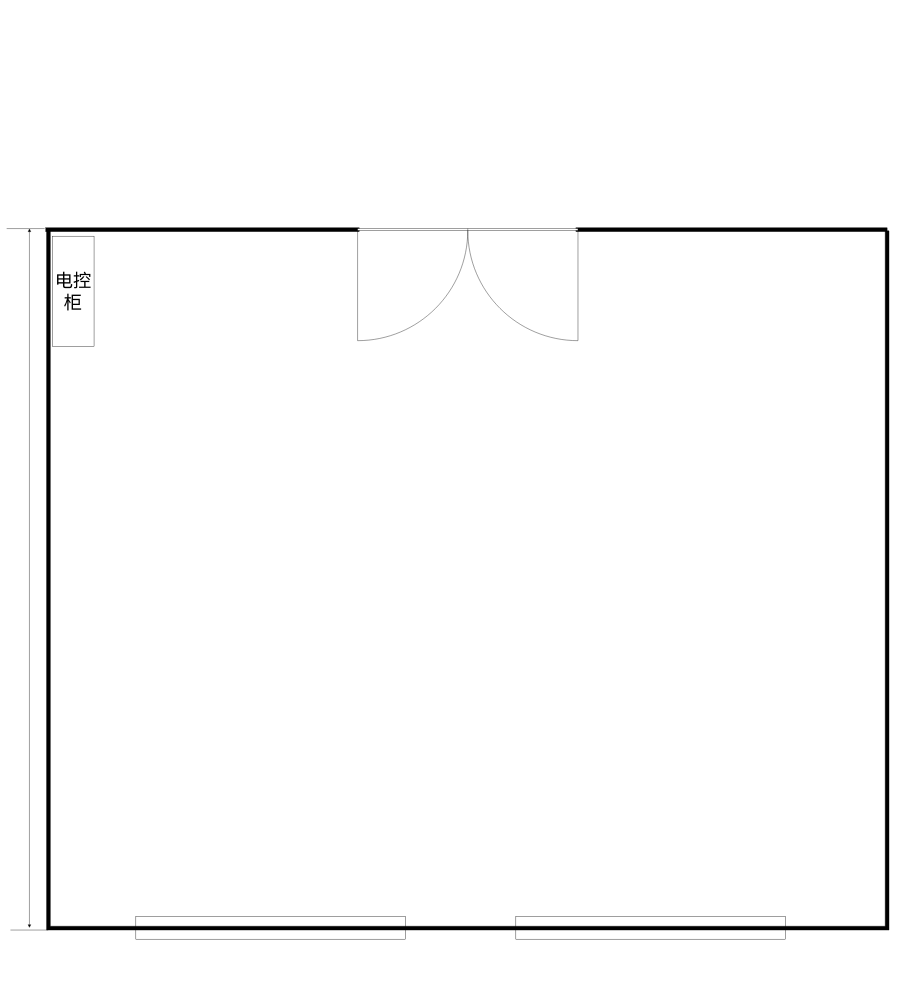
Earlier version of the draw.io diagram 实验室2.drawio (qubo188612/Visio). Source tidied: cells renumbered, new cells numbered last; positions are measured from the earlier drawing's top-left corner, leaving out a move shared by most shapes. Both pictures are drawn from the tidied source at 38%, with x=0, y=0 at pixel (6, 73).
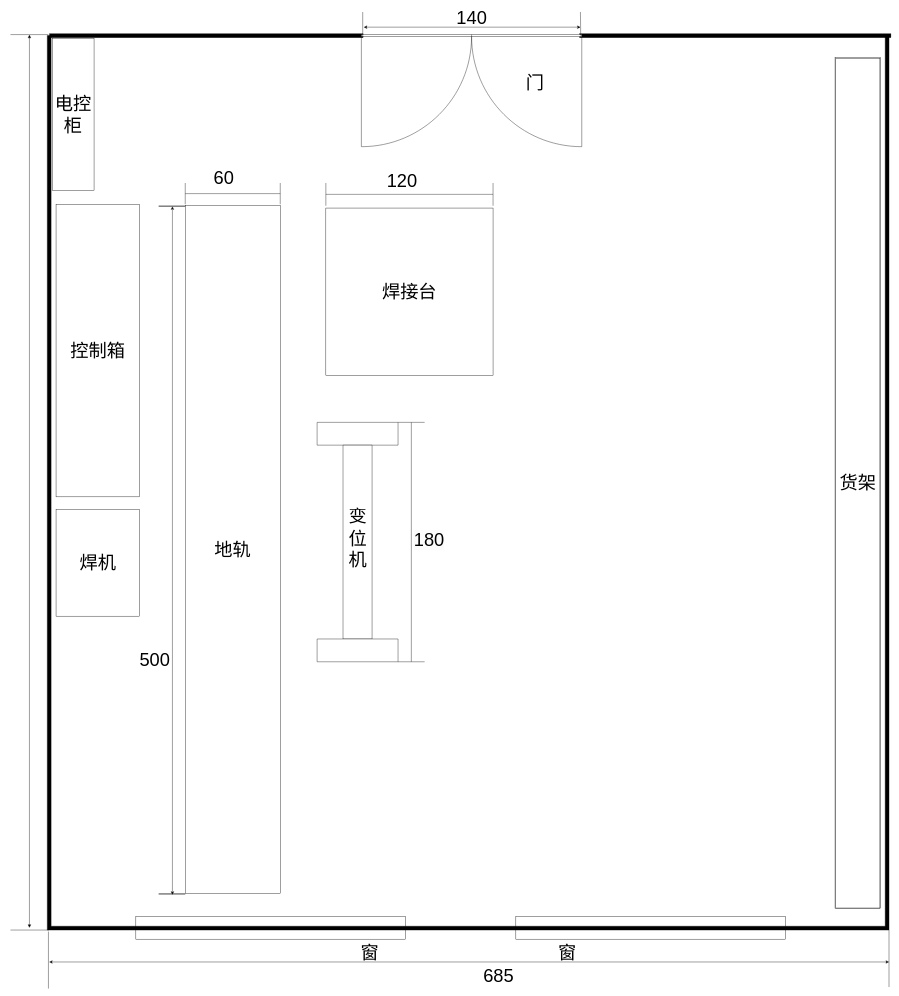
The same diagram, later.

Commit message (it also covers changes not shown here):
更新实验室2.drawio

The edit, as a diff of the source:
```diff
@@
     <mxCell id="4" style="verticalLabelPosition=bottom;html=1;verticalAlign=top;align=center;strokeWidth=1;shape=mxgraph.floorplan.wallU;fillColor=#000000;rounded=0;shadow=0;comic=0;fontFamily=Verdana;fontSize=12;rotation=-180;" parent="1" vertex="1">
-      <mxGeometry x="105" y="416" width="2217" height="1840" as="geometry" />
+      <mxGeometry x="107" y="-98" width="2215" height="2354" as="geometry" />
     </mxCell>
     <mxCell id="5" style="verticalLabelPosition=bottom;html=1;verticalAlign=top;align=center;strokeWidth=1;shape=mxgraph.floorplan.wall;fillColor=#000000;direction=south;rounded=0;shadow=0;comic=0;fontFamily=Verdana;fontSize=12;rotation=90;" parent="1" vertex="1">
-      <mxGeometry x="510.5" y="0.5" width="10" height="825" as="geometry" />
+      <mxGeometry x="520.5" y="-510" width="10" height="825" as="geometry" />
     </mxCell>
     <mxCell id="6" style="verticalLabelPosition=bottom;html=1;verticalAlign=top;align=center;strokeWidth=1;shape=mxgraph.floorplan.wall;fillColor=#000000;direction=south;rounded=0;shadow=0;comic=0;fontFamily=Verdana;fontSize=12;rotation=90;" parent="1" vertex="1">
-      <mxGeometry x="1902.5" y="3.5" width="10" height="819" as="geometry" />
+      <mxGeometry x="1912.5" y="-507" width="10" height="819" as="geometry" />
     </mxCell>
     <mxCell id="7" style="verticalLabelPosition=bottom;html=1;verticalAlign=top;align=center;strokeWidth=1;shape=mxgraph.floorplan.doorDouble;rounded=0;shadow=0;comic=0;fontFamily=Verdana;fontSize=12;rotation=0;" parent="1" vertex="1">
-      <mxGeometry x="923.5" y="410" width="580" height="70" as="geometry" />
+      <mxGeometry x="933.5" y="-100.5" width="580" height="70" as="geometry" />
     </mxCell>
     <mxCell id="8" value="&lt;font style=&quot;font-size: 48px;&quot;&gt;电控柜&lt;/font&gt;" style="rounded=0;whiteSpace=wrap;html=1;rotation=0;" parent="1" vertex="1">
-      <mxGeometry x="120" y="430" width="110" height="290" as="geometry" />
+      <mxGeometry x="120" y="-90" width="110" height="400" as="geometry" />
     </mxCell>
     <mxCell id="9" style="endArrow=block;startArrow=block;endFill=1;startFill=1;html=1;rounded=0;" parent="1" edge="1">
       <mxGeometry relative="1" as="geometry">
-        <mxPoint x="60" y="410" as="sourcePoint" />
+        <mxPoint x="60" y="-100" as="sourcePoint" />
         <mxPoint x="60" y="2250" as="targetPoint" />
       </mxGeometry>
     </mxCell>
     <mxCell id="10" style="endArrow=none;html=1;rounded=0;" parent="1" edge="1">
       <mxGeometry relative="1" as="geometry">
-        <mxPoint y="410" as="sourcePoint" />
-        <mxPoint x="100" y="410" as="targetPoint" />
+        <mxPoint x="10" y="-100.5" as="sourcePoint" />
+        <mxPoint x="110" y="-100.5" as="targetPoint" />
       </mxGeometry>
     </mxCell>
@@
+    <mxCell id="12" style="endArrow=classic;startArrow=classic;html=1;rounded=0;" parent="1" edge="1">
+      <mxGeometry relative="1" as="geometry">
+        <mxPoint x="112" y="2340" as="sourcePoint" />
+        <mxPoint x="2322" y="2340" as="targetPoint" />
+      </mxGeometry>
+    </mxCell>
+    <mxCell id="13" style="endArrow=none;html=1;rounded=0;" parent="1" edge="1">
+      <mxGeometry relative="1" as="geometry">
+        <mxPoint x="110" y="2410" as="sourcePoint" />
+        <mxPoint x="110" y="2260" as="targetPoint" />
+      </mxGeometry>
+    </mxCell>
+    <mxCell id="14" style="endArrow=none;html=1;rounded=0;" parent="1" edge="1">
+      <mxGeometry relative="1" as="geometry">
+        <mxPoint x="2322" y="2406" as="sourcePoint" />
+        <mxPoint x="2322" y="2256" as="targetPoint" />
+      </mxGeometry>
+    </mxCell>
+    <mxCell id="15" value="&lt;font style=&quot;font-size: 48px;&quot;&gt;685&lt;/font&gt;" style="text;html=1;strokeColor=none;fillColor=none;align=center;verticalAlign=middle;whiteSpace=wrap;rounded=0;" parent="1" vertex="1">
+      <mxGeometry x="1260" y="2360" width="69" height="30" as="geometry" />
+    </mxCell>
+    <mxCell id="16" value="&lt;font style=&quot;font-size: 48px;&quot;&gt;地轨&lt;/font&gt;" style="rounded=0;whiteSpace=wrap;html=1;" parent="1" vertex="1">
+      <mxGeometry x="470" y="350" width="250" height="1810" as="geometry" />
+    </mxCell>
+    <mxCell id="17" style="endArrow=none;html=1;rounded=0;exitX=0.006;exitY=0.101;exitDx=0;exitDy=0;exitPerimeter=0;" parent="1" edge="1" source="7">
+      <mxGeometry relative="1" as="geometry">
+        <mxPoint x="937" y="-160" as="targetPoint" />
+      </mxGeometry>
+    </mxCell>
+    <mxCell id="18" style="endArrow=none;html=1;rounded=0;exitX=0.995;exitY=0.04;exitDx=0;exitDy=0;exitPerimeter=0;" parent="1" edge="1" source="7">
+      <mxGeometry relative="1" as="geometry">
+        <mxPoint x="1510" y="-160" as="targetPoint" />
+      </mxGeometry>
+    </mxCell>
+    <mxCell id="19" style="endArrow=classic;startArrow=classic;html=1;rounded=0;" parent="1" edge="1">
+      <mxGeometry relative="1" as="geometry">
+        <mxPoint x="940" y="-120" as="sourcePoint" />
+        <mxPoint x="1510" y="-120" as="targetPoint" />
+      </mxGeometry>
+    </mxCell>
+    <mxCell id="20" value="&lt;font style=&quot;font-size: 48px;&quot;&gt;140&lt;/font&gt;" style="text;html=1;strokeColor=none;fillColor=none;align=center;verticalAlign=middle;whiteSpace=wrap;rounded=0;" parent="1" vertex="1">
+      <mxGeometry x="1194" y="-160" width="60" height="30" as="geometry" />
+    </mxCell>
+    <mxCell id="21" style="line;strokeWidth=2;html=1;" parent="1" vertex="1">
+      <mxGeometry x="400" y="346" width="70" height="10" as="geometry" />
+    </mxCell>
+    <mxCell id="22" style="line;strokeWidth=2;html=1;" parent="1" vertex="1">
+      <mxGeometry x="400" y="2156" width="70" height="10" as="geometry" />
+    </mxCell>
+    <mxCell id="23" style="endArrow=classic;startArrow=classic;html=1;rounded=0;entryX=0.518;entryY=0.579;entryDx=0;entryDy=0;entryPerimeter=0;exitX=0.518;exitY=0.699;exitDx=0;exitDy=0;exitPerimeter=0;" parent="1" edge="1" source="22" target="21">
+      <mxGeometry relative="1" as="geometry" />
+    </mxCell>
+    <mxCell id="24" value="&lt;font style=&quot;font-size: 48px;&quot;&gt;500&lt;/font&gt;" style="text;html=1;strokeColor=none;fillColor=none;align=center;verticalAlign=middle;whiteSpace=wrap;rounded=0;" parent="1" vertex="1">
+      <mxGeometry x="360" y="1530" width="60" height="30" as="geometry" />
+    </mxCell>
+    <mxCell id="25" style="shape=crossbar;whiteSpace=wrap;html=1;rounded=1;" parent="1" vertex="1">
+      <mxGeometry x="470" y="290" width="250" height="56" as="geometry" />
+    </mxCell>
+    <mxCell id="26" value="&lt;span style=&quot;font-size: 48px;&quot;&gt;60&lt;/span&gt;" style="text;html=1;align=center;verticalAlign=middle;strokeColor=none;fillColor=none;" parent="1" vertex="1">
+      <mxGeometry x="530.5" y="240" width="80" height="70" as="geometry" />
+    </mxCell>
+    <mxCell id="27" value="&lt;font style=&quot;font-size: 48px;&quot;&gt;控制箱&lt;/font&gt;" style="rounded=0;whiteSpace=wrap;html=1;" parent="1" vertex="1">
+      <mxGeometry x="130" y="346" width="220" height="770" as="geometry" />
+    </mxCell>
+    <mxCell id="28" value="&lt;font style=&quot;font-size: 48px;&quot;&gt;焊机&lt;/font&gt;" style="rounded=0;whiteSpace=wrap;html=1;" parent="1" vertex="1">
+      <mxGeometry x="130" y="1150" width="220" height="280" as="geometry" />
+    </mxCell>
+    <mxCell id="29" value="&lt;font style=&quot;font-size: 48px;&quot;&gt;焊接台&lt;/font&gt;" style="whiteSpace=wrap;html=1;" parent="1" vertex="1">
+      <mxGeometry x="840" y="356" width="440" height="440" as="geometry" />
+    </mxCell>
+    <mxCell id="30" style="shape=crossbar;whiteSpace=wrap;html=1;rounded=1;" parent="1" vertex="1">
+      <mxGeometry x="840" y="290" width="440" height="60" as="geometry" />
+    </mxCell>
+    <mxCell id="31" value="&lt;font style=&quot;font-size: 48px;&quot;&gt;120&lt;/font&gt;" style="text;html=1;align=center;verticalAlign=middle;strokeColor=none;fillColor=none;" parent="1" vertex="1">
+      <mxGeometry x="990" y="250" width="100" height="70" as="geometry" />
+    </mxCell>
+    <mxCell id="32" style="verticalLabelPosition=bottom;verticalAlign=top;html=1;shape=mxgraph.basic.rect;fillColor2=none;strokeWidth=1;size=20;indent=5;" parent="1" vertex="1">
+      <mxGeometry x="817" y="920" width="213" height="60" as="geometry" />
+    </mxCell>
+    <mxCell id="33" style="verticalLabelPosition=bottom;verticalAlign=top;html=1;shape=mxgraph.basic.rect;fillColor2=none;strokeWidth=1;size=30;indent=5;" parent="1" vertex="1">
+      <mxGeometry x="885.2" y="980" width="76.5" height="510" as="geometry" />
+    </mxCell>
+    <mxCell id="34" style="verticalLabelPosition=bottom;verticalAlign=top;html=1;shape=mxgraph.basic.rect;fillColor2=none;strokeWidth=1;size=20;indent=5;" parent="1" vertex="1">
+      <mxGeometry x="817" y="1490" width="213" height="60" as="geometry" />
+    </mxCell>
+    <mxCell id="35" value="&lt;font style=&quot;font-size: 48px;&quot;&gt;变位机&lt;/font&gt;" style="text;html=1;strokeColor=none;fillColor=none;align=center;verticalAlign=middle;whiteSpace=wrap;rounded=0;" parent="1" vertex="1">
+      <mxGeometry x="893.5" y="1210" width="60" height="30" as="geometry" />
+    </mxCell>
+    <mxCell id="36" style="shape=crossbar;whiteSpace=wrap;html=1;rounded=1;direction=south;" parent="1" vertex="1">
+      <mxGeometry x="1030" y="920" width="70" height="630" as="geometry" />
+    </mxCell>
+    <mxCell id="37" value="&lt;span style=&quot;color: rgb(0, 0, 0); font-family: Helvetica; font-size: 48px; font-style: normal; font-variant-ligatures: normal; font-variant-caps: normal; font-weight: 400; letter-spacing: normal; orphans: 2; text-align: center; text-indent: 0px; text-transform: none; widows: 2; word-spacing: 0px; -webkit-text-stroke-width: 0px; background-color: rgb(251, 251, 251); text-decoration-thickness: initial; text-decoration-style: initial; text-decoration-color: initial; float: none; display: inline !important;&quot;&gt;180&lt;/span&gt;" style="text;whiteSpace=wrap;html=1;" parent="1" vertex="1">
+      <mxGeometry x="1070" y="1195" width="110" height="80" as="geometry" />
+    </mxCell>
+    <mxCell id="38" value="&lt;font style=&quot;font-size: 48px;&quot;&gt;货架&lt;/font&gt;" style="shape=ext;double=1;rounded=0;whiteSpace=wrap;html=1;" parent="1" vertex="1">
+      <mxGeometry x="2180" y="-40" width="120" height="2240" as="geometry" />
+    </mxCell>
+    <mxCell id="39" value="&lt;font style=&quot;font-size: 48px;&quot;&gt;门&lt;/font&gt;" style="text;html=1;align=center;verticalAlign=middle;strokeColor=none;fillColor=none;" parent="1" vertex="1">
+      <mxGeometry x="1355" y="-10" width="70" height="70" as="geometry" />
+    </mxCell>
+    <mxCell id="40" value="&lt;font style=&quot;font-size: 48px;&quot;&gt;窗&lt;/font&gt;" style="text;html=1;align=center;verticalAlign=middle;strokeColor=none;fillColor=none;" parent="1" vertex="1">
+      <mxGeometry x="1440" y="2280" width="70" height="70" as="geometry" />
+    </mxCell>
+    <mxCell id="41" value="&lt;font style=&quot;font-size: 48px;&quot;&gt;窗&lt;/font&gt;" style="text;html=1;align=center;verticalAlign=middle;strokeColor=none;fillColor=none;" parent="1" vertex="1">
+      <mxGeometry x="920" y="2280" width="70" height="70" as="geometry" />
+    </mxCell>
```
